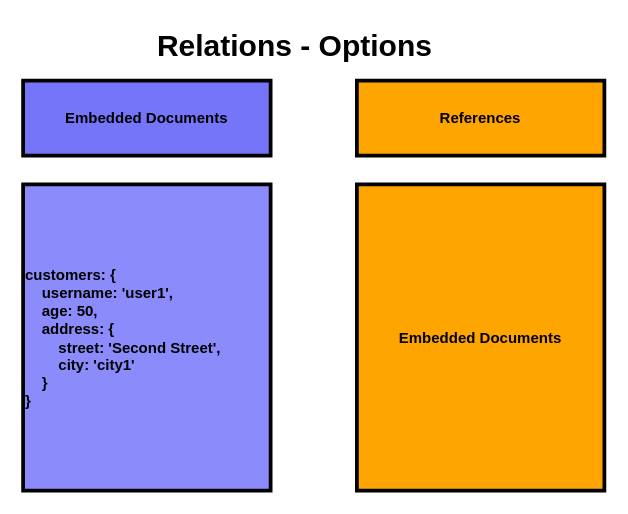
This is page "42-MongoDB-Embedding-vs-Referencing" (13 of 15) of Diagrams.drawio from PhoenixYork166/draw.io, a draw.io file, before an edit. Source tidied: cells renumbered, new cells numbered last; positions are measured from the earlier drawing's top-left corner, leaving out a move shared by most shapes. Both pictures are drawn from the tidied source at 125%, with x=0, y=0 at pixel (22, 21).
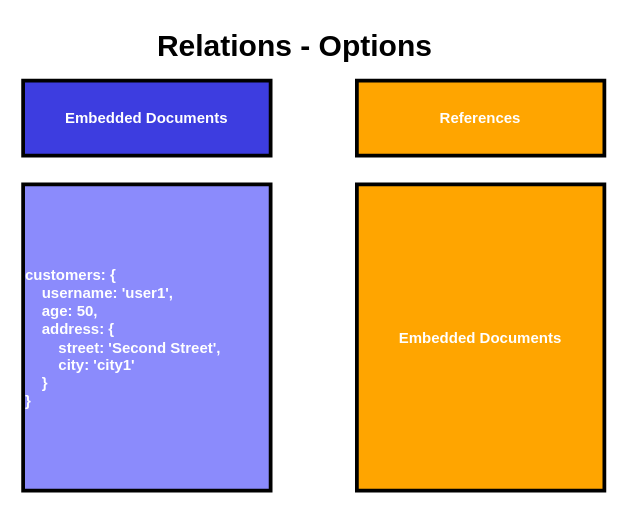
After the change.

Change to the diagram source:
```diff
@@
 <mxGraphModel>
   <root>
     <mxCell id="0" />
     <mxCell id="1" parent="0" />
     <mxCell id="2" value="Relations - Options" style="text;strokeColor=none;fillColor=none;html=1;fontSize=24;fontStyle=1;verticalAlign=middle;align=center;" parent="1" vertex="1">
       <mxGeometry x="167" width="100" height="40" as="geometry" />
     </mxCell>
-    <mxCell id="3" value="Embedded Documents" style="whiteSpace=wrap;align=center;verticalAlign=middle;fontStyle=1;strokeWidth=3;fillColor=#7575fa;" parent="1" vertex="1">
+    <mxCell id="3" value="Embedded Documents" style="whiteSpace=wrap;align=center;verticalAlign=middle;fontStyle=1;strokeWidth=3;fillColor=#3d3de0;fontColor=#ffffff;" parent="1" vertex="1">
       <mxGeometry y="47" width="198" height="60" as="geometry" />
     </mxCell>
-    <mxCell id="4" value="References" style="whiteSpace=wrap;align=center;verticalAlign=middle;fontStyle=1;strokeWidth=3;fillColor=#FFA500;" parent="1" vertex="1">
+    <mxCell id="4" value="References" style="whiteSpace=wrap;align=center;verticalAlign=middle;fontStyle=1;strokeWidth=3;fillColor=#FFA500;fontColor=#ffffff;" parent="1" vertex="1">
       <mxGeometry x="267" y="47" width="198" height="60" as="geometry" />
     </mxCell>
-    <mxCell id="5" value="customers: {&#10;    username: 'user1',&#10;    age: 50,&#10;    address: {&#10;        street: 'Second Street',&#10;        city: 'city1'&#10;    }&#10;}" style="whiteSpace=wrap;align=center;verticalAlign=middle;fontStyle=1;strokeWidth=3;fillColor=#8b8bfc;align=left;" parent="1" vertex="1">
+    <mxCell id="5" value="customers: {&#10;    username: 'user1',&#10;    age: 50,&#10;    address: {&#10;        street: 'Second Street',&#10;        city: 'city1'&#10;    }&#10;}" style="whiteSpace=wrap;align=center;verticalAlign=middle;fontStyle=1;strokeWidth=3;fillColor=#8b8bfc;align=left;fontColor=#ffffff;" parent="1" vertex="1">
       <mxGeometry y="130" width="198" height="245" as="geometry" />
     </mxCell>
-    <mxCell id="6" value="Embedded Documents" style="whiteSpace=wrap;align=center;verticalAlign=middle;fontStyle=1;strokeWidth=3;fillColor=#FFA500;" parent="1" vertex="1">
+    <mxCell id="6" value="Embedded Documents" style="whiteSpace=wrap;align=center;verticalAlign=middle;fontStyle=1;strokeWidth=3;fillColor=#FFA500;fontColor=#ffffff;" parent="1" vertex="1">
       <mxGeometry x="267" y="130" width="198" height="245" as="geometry" />
     </mxCell>
   </root>
 </mxGraphModel>
```
